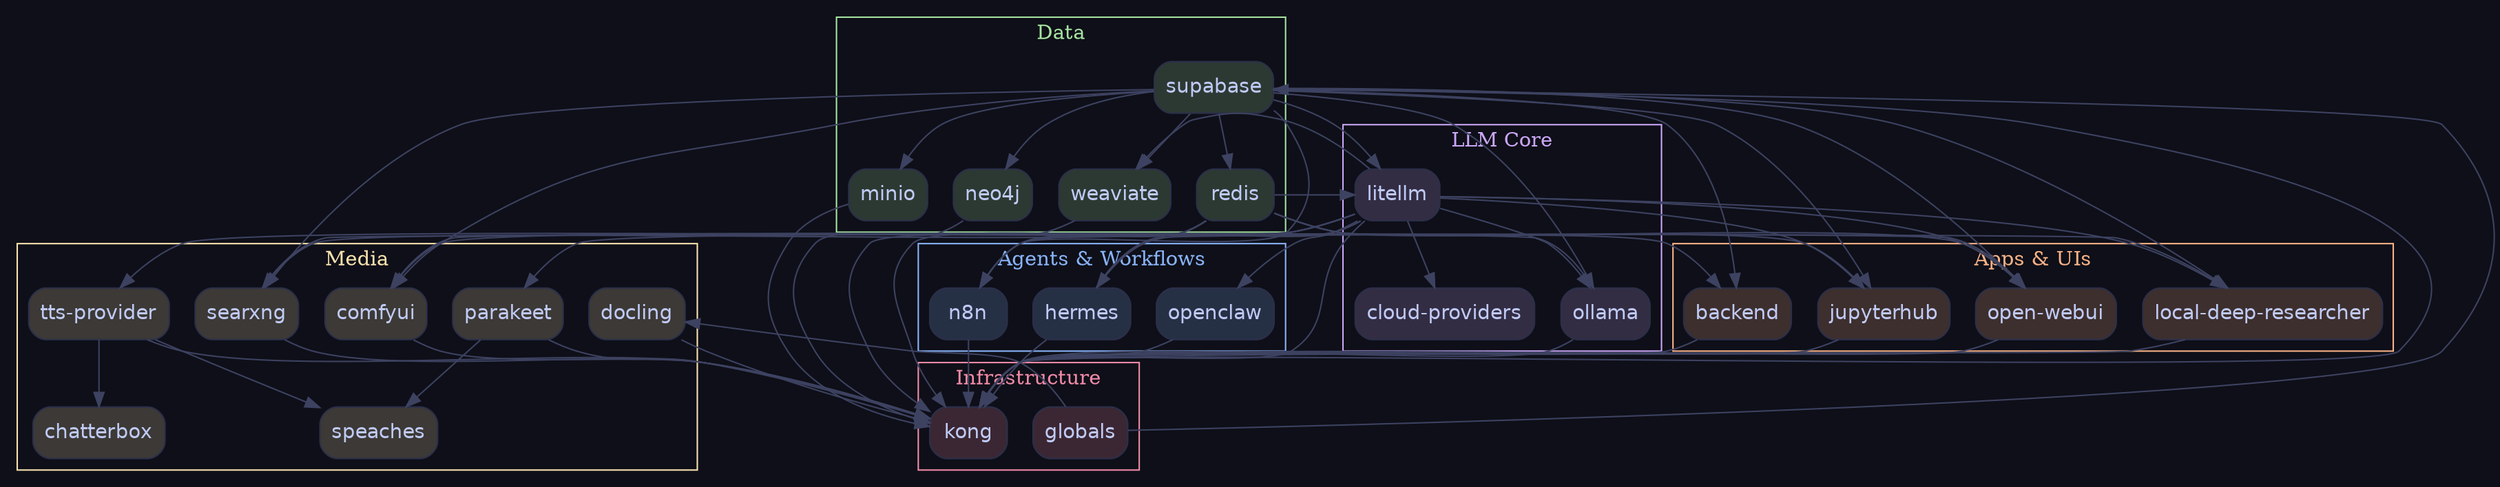
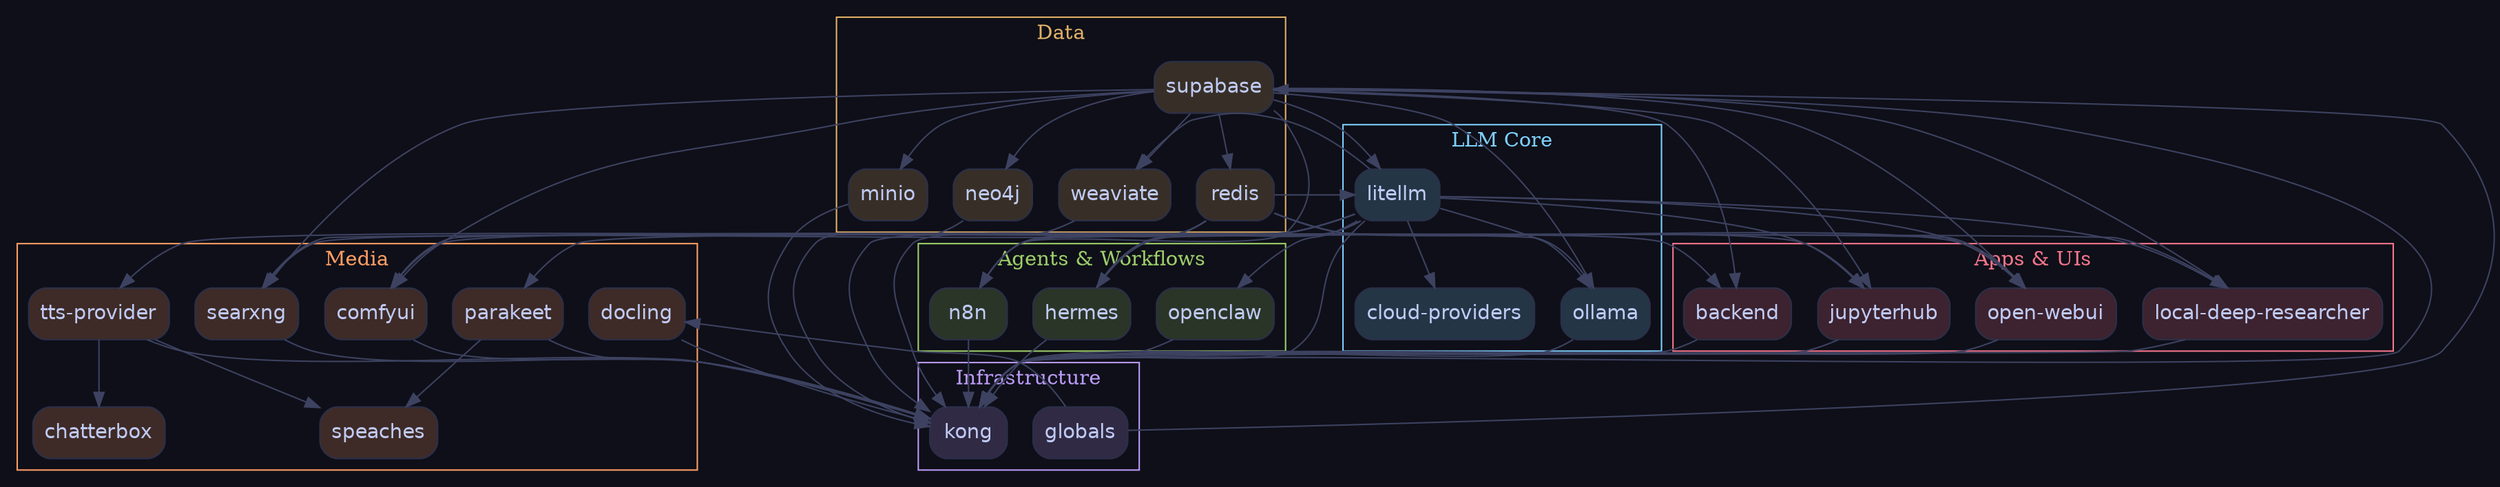
digraph stack {
  rankdir=TB;
  bgcolor="#0e0f18";
  node [shape=box, style="filled,rounded", fontname="Helvetica", fontcolor="#c0caf5", color="#2b2f4a"];
  edge [color="#3d4261"];

  subgraph "cluster_infra" {
    label="Infrastructure";
-     fontcolor="#f38ba8";
-     color="#f38ba8";
-     "globals" [fillcolor="#f38ba833"];
-     "kong" [fillcolor="#f38ba833"];
+     fontcolor="#bb9af7";
+     color="#bb9af7";
+     "globals" [fillcolor="#bb9af733"];
+     "kong" [fillcolor="#bb9af733"];
  }

  subgraph "cluster_data" {
    label="Data";
-     fontcolor="#a6e3a1";
-     color="#a6e3a1";
-     "supabase" [fillcolor="#a6e3a133"];
-     "minio" [fillcolor="#a6e3a133"];
-     "neo4j" [fillcolor="#a6e3a133"];
-     "redis" [fillcolor="#a6e3a133"];
-     "weaviate" [fillcolor="#a6e3a133"];
+     fontcolor="#e0af68";
+     color="#e0af68";
+     "supabase" [fillcolor="#e0af6833"];
+     "minio" [fillcolor="#e0af6833"];
+     "neo4j" [fillcolor="#e0af6833"];
+     "redis" [fillcolor="#e0af6833"];
+     "weaviate" [fillcolor="#e0af6833"];
  }

  subgraph "cluster_llm" {
    label="LLM Core";
-     fontcolor="#cba6f7";
-     color="#cba6f7";
-     "litellm" [fillcolor="#cba6f733"];
-     "cloud-providers" [fillcolor="#cba6f733"];
-     "ollama" [fillcolor="#cba6f733"];
+     fontcolor="#7dcfff";
+     color="#7dcfff";
+     "litellm" [fillcolor="#7dcfff33"];
+     "cloud-providers" [fillcolor="#7dcfff33"];
+     "ollama" [fillcolor="#7dcfff33"];
  }

  subgraph "cluster_media" {
    label="Media";
-     fontcolor="#f9e2af";
-     color="#f9e2af";
-     "docling" [fillcolor="#f9e2af33"];
-     "comfyui" [fillcolor="#f9e2af33"];
-     "parakeet" [fillcolor="#f9e2af33"];
-     "searxng" [fillcolor="#f9e2af33"];
-     "tts-provider" [fillcolor="#f9e2af33"];
-     "chatterbox" [fillcolor="#f9e2af33"];
-     "speaches" [fillcolor="#f9e2af33"];
+     fontcolor="#ff9e64";
+     color="#ff9e64";
+     "docling" [fillcolor="#ff9e6433"];
+     "comfyui" [fillcolor="#ff9e6433"];
+     "parakeet" [fillcolor="#ff9e6433"];
+     "searxng" [fillcolor="#ff9e6433"];
+     "tts-provider" [fillcolor="#ff9e6433"];
+     "chatterbox" [fillcolor="#ff9e6433"];
+     "speaches" [fillcolor="#ff9e6433"];
  }

  subgraph "cluster_agents" {
    label="Agents & Workflows";
-     fontcolor="#89b4fa";
-     color="#89b4fa";
-     "hermes" [fillcolor="#89b4fa33"];
-     "n8n" [fillcolor="#89b4fa33"];
-     "openclaw" [fillcolor="#89b4fa33"];
+     fontcolor="#9ece6a";
+     color="#9ece6a";
+     "hermes" [fillcolor="#9ece6a33"];
+     "n8n" [fillcolor="#9ece6a33"];
+     "openclaw" [fillcolor="#9ece6a33"];
  }

  subgraph "cluster_apps" {
    label="Apps & UIs";
-     fontcolor="#fab387";
-     color="#fab387";
-     "backend" [fillcolor="#fab38733"];
-     "jupyterhub" [fillcolor="#fab38733"];
-     "open-webui" [fillcolor="#fab38733"];
-     "local-deep-researcher" [fillcolor="#fab38733"];
+     fontcolor="#f7768e";
+     color="#f7768e";
+     "backend" [fillcolor="#f7768e33"];
+     "jupyterhub" [fillcolor="#f7768e33"];
+     "open-webui" [fillcolor="#f7768e33"];
+     "local-deep-researcher" [fillcolor="#f7768e33"];
  }

  "supabase" -> "backend";
  "redis" -> "backend";
  "tts-provider" -> "chatterbox";
  "litellm" -> "cloud-providers";
  "supabase" -> "comfyui";
  "litellm" -> "comfyui";
  "ollama" -> "comfyui";
  "globals" -> "docling";
  "litellm" -> "hermes";
  "supabase" -> "jupyterhub";
  "redis" -> "jupyterhub";
  "litellm" -> "jupyterhub";
  "supabase" -> "kong";
  "redis" -> "kong";
  "litellm" -> "kong";
  "open-webui" -> "kong";
  "n8n" -> "kong";
  "hermes" -> "kong";
  "openclaw" -> "kong";
  "jupyterhub" -> "kong";
  "backend" -> "kong";
  "searxng" -> "kong";
  "minio" -> "kong";
  "comfyui" -> "kong";
  "local-deep-researcher" -> "kong";
  "neo4j" -> "kong";
  "weaviate" -> "kong";
  "tts-provider" -> "kong";
  "parakeet" -> "kong";
  "docling" -> "kong";
  "ollama" -> "kong";
  "supabase" -> "litellm";
  "redis" -> "litellm";
  "supabase" -> "local-deep-researcher";
  "searxng" -> "local-deep-researcher";
  "litellm" -> "local-deep-researcher";
  "supabase" -> "minio";
  "supabase" -> "n8n";
  "redis" -> "n8n";
  "litellm" -> "n8n";
  "supabase" -> "neo4j";
  "supabase" -> "ollama";
  "litellm" -> "ollama";
  "supabase" -> "open-webui";
  "redis" -> "open-webui";
  "litellm" -> "open-webui";
  "hermes" -> "open-webui";
  "litellm" -> "openclaw";
  "litellm" -> "parakeet";
  "supabase" -> "redis";
  "supabase" -> "searxng";
  "redis" -> "searxng";
  "parakeet" -> "speaches";
  "tts-provider" -> "speaches";
  "globals" -> "supabase";
  "litellm" -> "tts-provider";
  "supabase" -> "weaviate";
  "litellm" -> "weaviate";
}
